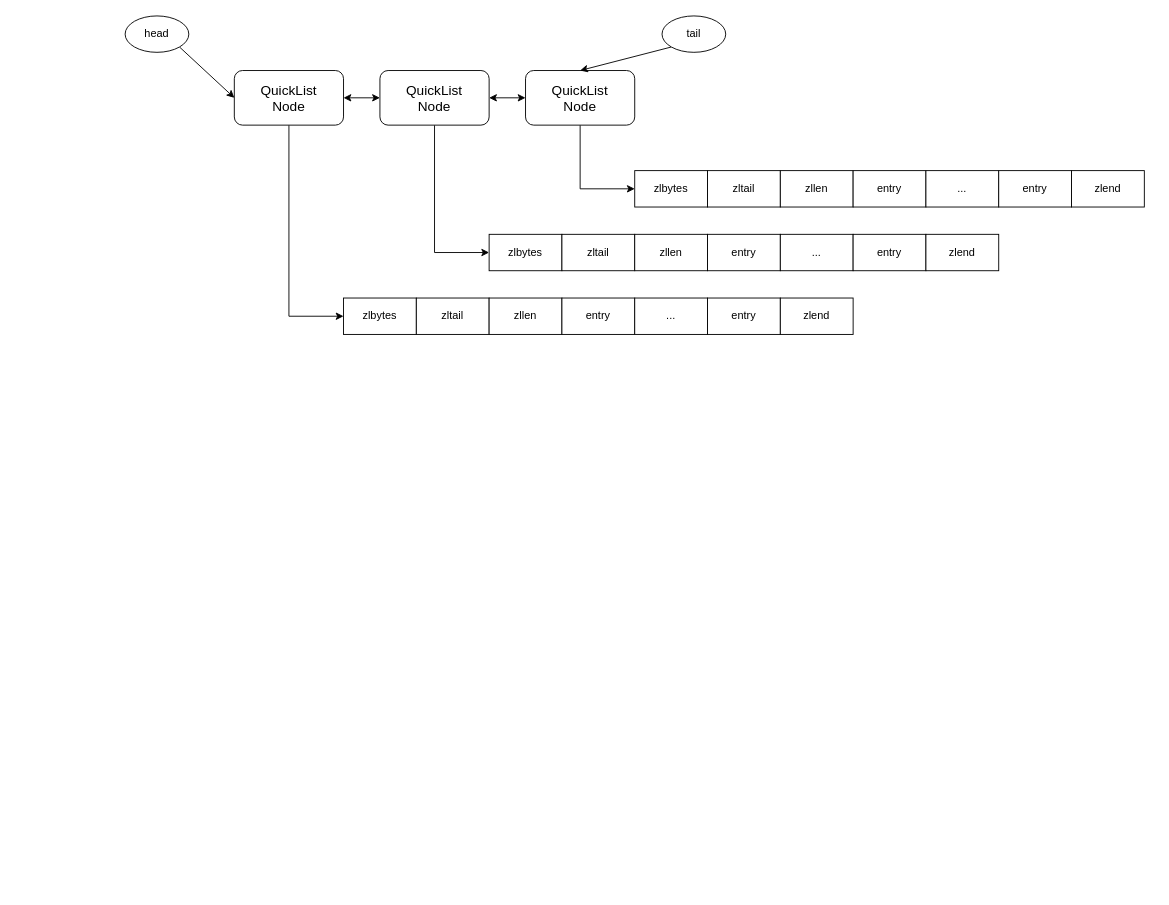
Earlier version of the draw.io diagram Redis-QuickList.drawio (XuYi-fei/draw.io.sync). Source tidied: cells renumbered, new cells numbered last; positions are measured from the earlier drawing's top-left corner, leaving out a move shared by most shapes. Both pictures are drawn from the tidied source at 91%, with x=0, y=0 at pixel (125, 15).
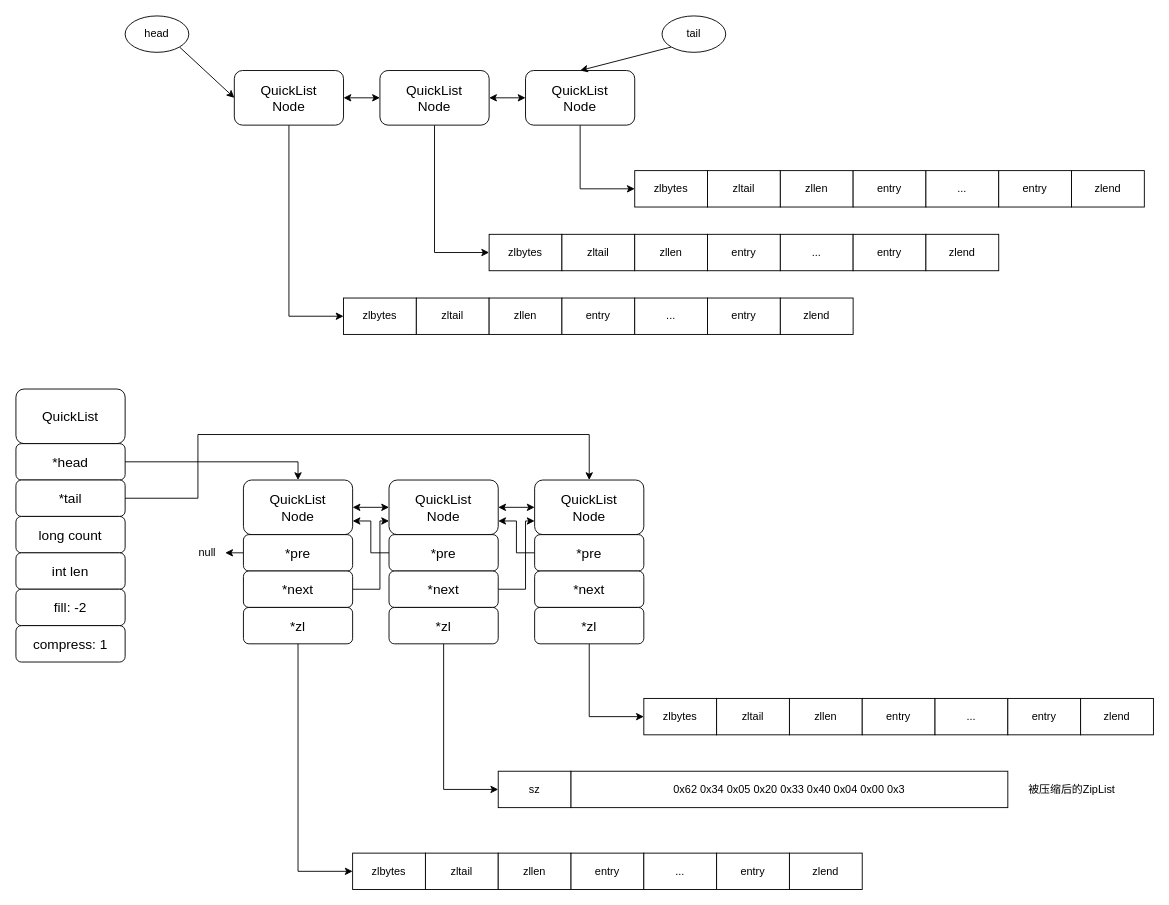
The same page after the edit.

Change to the diagram source:
```diff
@@
+    <mxCell id="38" style="edgeStyle=orthogonalEdgeStyle;rounded=0;jettySize=auto;html=1;exitX=1;exitY=0.5;exitDx=0;exitDy=0;startArrow=classic;startFill=1;" parent="1" edge="1" source="39" target="41">
+      <mxGeometry relative="1" as="geometry" />
+    </mxCell>
+    <mxCell id="39" value="QuickList&lt;div&gt;Node&lt;/div&gt;" style="rounded=1;whiteSpace=wrap;html=1;fontSize=15;" parent="1" vertex="1">
+      <mxGeometry x="130" y="510" width="120" height="60" as="geometry" />
+    </mxCell>
+    <mxCell id="40" style="edgeStyle=orthogonalEdgeStyle;rounded=0;jettySize=auto;html=1;exitX=1;exitY=0.5;exitDx=0;exitDy=0;startArrow=classic;startFill=1;" parent="1" edge="1" source="41" target="42">
+      <mxGeometry relative="1" as="geometry" />
+    </mxCell>
+    <mxCell id="41" value="QuickList&lt;div&gt;Node&lt;/div&gt;" style="rounded=1;whiteSpace=wrap;html=1;fontSize=15;" parent="1" vertex="1">
+      <mxGeometry x="290" y="510" width="120" height="60" as="geometry" />
+    </mxCell>
+    <mxCell id="42" value="QuickList&lt;div&gt;Node&lt;/div&gt;" style="rounded=1;whiteSpace=wrap;html=1;fontSize=15;" parent="1" vertex="1">
+      <mxGeometry x="450" y="510" width="120" height="60" as="geometry" />
+    </mxCell>
+    <mxCell id="43" style="group;" parent="1" vertex="1">
+      <mxGeometry x="250" y="920" width="560" height="40" as="geometry" />
+    </mxCell>
+    <mxCell id="44" value="zlbytes" style="rounded=0;whiteSpace=wrap;html=1;" parent="43" vertex="1">
+      <mxGeometry width="80" height="40" as="geometry" />
+    </mxCell>
+    <mxCell id="45" value="zltail" style="rounded=0;whiteSpace=wrap;html=1;" parent="43" vertex="1">
+      <mxGeometry x="80" width="80" height="40" as="geometry" />
+    </mxCell>
+    <mxCell id="46" value="zllen" style="rounded=0;whiteSpace=wrap;html=1;" parent="43" vertex="1">
+      <mxGeometry x="160" width="80" height="40" as="geometry" />
+    </mxCell>
+    <mxCell id="47" value="entry" style="rounded=0;whiteSpace=wrap;html=1;" parent="43" vertex="1">
+      <mxGeometry x="240" width="80" height="40" as="geometry" />
+    </mxCell>
+    <mxCell id="48" value="..." style="rounded=0;whiteSpace=wrap;html=1;" parent="43" vertex="1">
+      <mxGeometry x="320" width="80" height="40" as="geometry" />
+    </mxCell>
+    <mxCell id="49" value="entry" style="rounded=0;whiteSpace=wrap;html=1;" parent="43" vertex="1">
+      <mxGeometry x="400" width="80" height="40" as="geometry" />
+    </mxCell>
+    <mxCell id="50" value="zlend" style="rounded=0;whiteSpace=wrap;html=1;" parent="43" vertex="1">
+      <mxGeometry x="480" width="80" height="40" as="geometry" />
+    </mxCell>
+    <mxCell id="51" style="group;" parent="1" vertex="1">
+      <mxGeometry x="570" y="750" width="560" height="40" as="geometry" />
+    </mxCell>
+    <mxCell id="52" value="zlbytes" style="rounded=0;whiteSpace=wrap;html=1;" parent="51" vertex="1">
+      <mxGeometry width="80" height="40" as="geometry" />
+    </mxCell>
+    <mxCell id="53" value="zltail" style="rounded=0;whiteSpace=wrap;html=1;" parent="51" vertex="1">
+      <mxGeometry x="80" width="80" height="40" as="geometry" />
+    </mxCell>
+    <mxCell id="54" value="zllen" style="rounded=0;whiteSpace=wrap;html=1;" parent="51" vertex="1">
+      <mxGeometry x="160" width="80" height="40" as="geometry" />
+    </mxCell>
+    <mxCell id="55" value="entry" style="rounded=0;whiteSpace=wrap;html=1;" parent="51" vertex="1">
+      <mxGeometry x="240" width="80" height="40" as="geometry" />
+    </mxCell>
+    <mxCell id="56" value="..." style="rounded=0;whiteSpace=wrap;html=1;" parent="51" vertex="1">
+      <mxGeometry x="320" width="80" height="40" as="geometry" />
+    </mxCell>
+    <mxCell id="57" value="entry" style="rounded=0;whiteSpace=wrap;html=1;" parent="51" vertex="1">
+      <mxGeometry x="400" width="80" height="40" as="geometry" />
+    </mxCell>
+    <mxCell id="58" value="zlend" style="rounded=0;whiteSpace=wrap;html=1;" parent="51" vertex="1">
+      <mxGeometry x="480" width="80" height="40" as="geometry" />
+    </mxCell>
+    <mxCell id="59" style="edgeStyle=orthogonalEdgeStyle;rounded=0;jettySize=auto;html=1;exitX=0;exitY=0.5;exitDx=0;exitDy=0;" parent="1" edge="1" source="60">
+      <mxGeometry relative="1" as="geometry">
+        <mxPoint x="110" y="590" as="targetPoint" />
+      </mxGeometry>
+    </mxCell>
+    <mxCell id="60" value="*pre" style="rounded=1;whiteSpace=wrap;html=1;fontSize=15;" parent="1" vertex="1">
+      <mxGeometry x="130" y="570" width="120" height="40" as="geometry" />
+    </mxCell>
+    <mxCell id="61" style="edgeStyle=orthogonalEdgeStyle;rounded=0;jettySize=auto;html=1;exitX=1;exitY=0.5;exitDx=0;exitDy=0;entryX=0;entryY=0.75;entryDx=0;entryDy=0;" parent="1" edge="1" source="62" target="41">
+      <mxGeometry relative="1" as="geometry">
+        <Array as="points">
+          <mxPoint x="280" y="630" />
+          <mxPoint x="280" y="555" />
+        </Array>
+      </mxGeometry>
+    </mxCell>
+    <mxCell id="62" value="*next" style="rounded=1;whiteSpace=wrap;html=1;fontSize=15;" parent="1" vertex="1">
+      <mxGeometry x="130" y="610" width="120" height="40" as="geometry" />
+    </mxCell>
+    <mxCell id="63" style="edgeStyle=orthogonalEdgeStyle;rounded=0;jettySize=auto;html=1;exitX=0.5;exitY=1;exitDx=0;exitDy=0;entryX=0;entryY=0.5;entryDx=0;entryDy=0;" parent="1" edge="1" source="64" target="44">
+      <mxGeometry relative="1" as="geometry" />
+    </mxCell>
+    <mxCell id="64" value="*zl" style="rounded=1;whiteSpace=wrap;html=1;fontSize=15;" parent="1" vertex="1">
+      <mxGeometry x="130" y="650" width="120" height="40" as="geometry" />
+    </mxCell>
+    <mxCell id="65" style="edgeStyle=orthogonalEdgeStyle;rounded=0;jettySize=auto;html=1;exitX=0;exitY=0.5;exitDx=0;exitDy=0;entryX=1;entryY=0.75;entryDx=0;entryDy=0;" parent="1" edge="1" source="66" target="39">
+      <mxGeometry relative="1" as="geometry" />
+    </mxCell>
+    <mxCell id="66" value="*pre" style="rounded=1;whiteSpace=wrap;html=1;fontSize=15;" parent="1" vertex="1">
+      <mxGeometry x="290" y="570" width="120" height="40" as="geometry" />
+    </mxCell>
+    <mxCell id="67" style="edgeStyle=orthogonalEdgeStyle;rounded=0;jettySize=auto;html=1;exitX=1;exitY=0.5;exitDx=0;exitDy=0;entryX=0;entryY=0.75;entryDx=0;entryDy=0;" parent="1" edge="1" source="68" target="42">
+      <mxGeometry relative="1" as="geometry">
+        <Array as="points">
+          <mxPoint x="440" y="630" />
+          <mxPoint x="440" y="555" />
+        </Array>
+      </mxGeometry>
+    </mxCell>
+    <mxCell id="68" value="*next" style="rounded=1;whiteSpace=wrap;html=1;fontSize=15;" parent="1" vertex="1">
+      <mxGeometry x="290" y="610" width="120" height="40" as="geometry" />
+    </mxCell>
+    <mxCell id="69" style="edgeStyle=orthogonalEdgeStyle;rounded=0;jettySize=auto;html=1;exitX=0.5;exitY=1;exitDx=0;exitDy=0;entryX=0;entryY=0.5;entryDx=0;entryDy=0;" parent="1" edge="1" source="70" target="77">
+      <mxGeometry relative="1" as="geometry" />
+    </mxCell>
+    <mxCell id="70" value="*zl" style="rounded=1;whiteSpace=wrap;html=1;fontSize=15;" parent="1" vertex="1">
+      <mxGeometry x="290" y="650" width="120" height="40" as="geometry" />
+    </mxCell>
+    <mxCell id="71" style="edgeStyle=orthogonalEdgeStyle;rounded=0;jettySize=auto;html=1;exitX=0;exitY=0.5;exitDx=0;exitDy=0;entryX=1;entryY=0.75;entryDx=0;entryDy=0;" parent="1" edge="1" source="72" target="41">
+      <mxGeometry relative="1" as="geometry" />
+    </mxCell>
+    <mxCell id="72" value="*pre" style="rounded=1;whiteSpace=wrap;html=1;fontSize=15;" parent="1" vertex="1">
+      <mxGeometry x="450" y="570" width="120" height="40" as="geometry" />
+    </mxCell>
+    <mxCell id="73" value="*next" style="rounded=1;whiteSpace=wrap;html=1;fontSize=15;" parent="1" vertex="1">
+      <mxGeometry x="450" y="610" width="120" height="40" as="geometry" />
+    </mxCell>
+    <mxCell id="74" style="edgeStyle=orthogonalEdgeStyle;rounded=0;jettySize=auto;html=1;exitX=0.5;exitY=1;exitDx=0;exitDy=0;entryX=0;entryY=0.5;entryDx=0;entryDy=0;" parent="1" edge="1" source="75" target="52">
+      <mxGeometry relative="1" as="geometry" />
+    </mxCell>
+    <mxCell id="75" value="*zl" style="rounded=1;whiteSpace=wrap;html=1;fontSize=15;" parent="1" vertex="1">
+      <mxGeometry x="450" y="650" width="120" height="40" as="geometry" />
+    </mxCell>
+    <mxCell id="76" style="group;" parent="1" vertex="1">
+      <mxGeometry x="410" y="830" width="560" height="40" as="geometry" />
+    </mxCell>
+    <mxCell id="77" value="sz" style="rounded=0;whiteSpace=wrap;html=1;" parent="76" vertex="1">
+      <mxGeometry width="80" height="40" as="geometry" />
+    </mxCell>
+    <mxCell id="78" value="0x62 0x34 0x05 0x20 0x33 0x40 0x04 0x00 0x3" style="rounded=0;whiteSpace=wrap;html=1;" parent="76" vertex="1">
+      <mxGeometry x="80" width="480" height="40" as="geometry" />
+    </mxCell>
+    <mxCell id="79" value="被压缩后的ZipList" style="text;html=1;align=center;verticalAlign=middle;strokeColor=none;fillColor=none;" parent="1" vertex="1">
+      <mxGeometry x="980" y="835" width="120" height="30" as="geometry" />
+    </mxCell>
+    <mxCell id="80" style="group;" parent="1" vertex="1">
+      <mxGeometry x="-120" y="410" width="120" height="300" as="geometry" />
+    </mxCell>
+    <mxCell id="81" value="QuickList" style="rounded=1;whiteSpace=wrap;html=1;fontSize=15;" parent="80" vertex="1">
+      <mxGeometry width="120" height="60" as="geometry" />
+    </mxCell>
+    <mxCell id="82" value="*head" style="rounded=1;whiteSpace=wrap;html=1;fontSize=15;" parent="80" vertex="1">
+      <mxGeometry y="60" width="120" height="40" as="geometry" />
+    </mxCell>
+    <mxCell id="83" value="*tail" style="rounded=1;whiteSpace=wrap;html=1;fontSize=15;" parent="80" vertex="1">
+      <mxGeometry y="100" width="120" height="40" as="geometry" />
+    </mxCell>
+    <mxCell id="84" value="long count" style="rounded=1;whiteSpace=wrap;html=1;fontSize=15;" parent="80" vertex="1">
+      <mxGeometry y="140" width="120" height="40" as="geometry" />
+    </mxCell>
+    <mxCell id="85" value="int len" style="rounded=1;whiteSpace=wrap;html=1;fontSize=15;" parent="80" vertex="1">
+      <mxGeometry y="180" width="120" height="40" as="geometry" />
+    </mxCell>
+    <mxCell id="86" value="fill: -2" style="rounded=1;whiteSpace=wrap;html=1;fontSize=15;" parent="80" vertex="1">
+      <mxGeometry y="220" width="120" height="40" as="geometry" />
+    </mxCell>
+    <mxCell id="87" value="compress: 1" style="rounded=1;whiteSpace=wrap;html=1;fontSize=15;" parent="80" vertex="1">
+      <mxGeometry y="260" width="120" height="40" as="geometry" />
+    </mxCell>
+    <mxCell id="88" style="edgeStyle=orthogonalEdgeStyle;rounded=0;jettySize=auto;html=1;exitX=1;exitY=0.5;exitDx=0;exitDy=0;entryX=0.5;entryY=0;entryDx=0;entryDy=0;" parent="1" edge="1" source="82" target="39">
+      <mxGeometry relative="1" as="geometry" />
+    </mxCell>
+    <mxCell id="89" style="edgeStyle=orthogonalEdgeStyle;rounded=0;jettySize=auto;html=1;exitX=1;exitY=0.5;exitDx=0;exitDy=0;entryX=0.5;entryY=0;entryDx=0;entryDy=0;" parent="1" edge="1" source="83" target="42">
+      <mxGeometry relative="1" as="geometry">
+        <Array as="points">
+          <mxPoint x="80" y="530" />
+          <mxPoint x="80" y="460" />
+          <mxPoint x="510" y="460" />
+        </Array>
+      </mxGeometry>
+    </mxCell>
+    <mxCell id="90" value="null" style="text;html=1;align=center;verticalAlign=middle;strokeColor=none;fillColor=none;" parent="1" vertex="1">
+      <mxGeometry x="70" y="575" width="40" height="30" as="geometry" />
+    </mxCell>
```
